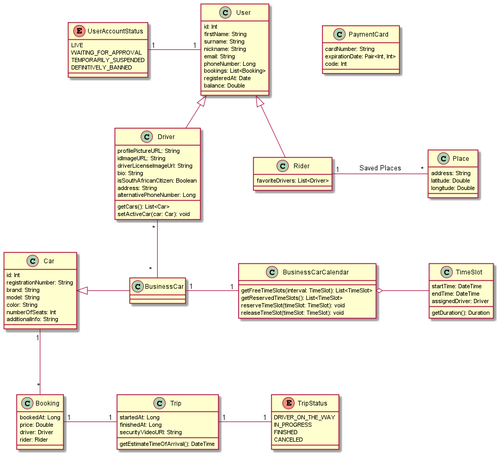
Above: diagrams/images/class_digram.png in sitatec/OpenTaxi (PlantUML), before the change. The source it was exported from:
```plantuml
@startuml

skinparam nodesep 100

class User {
    id: Int
    firstName: String
    surname: String
    nickname: String
    email: String
    phoneNumber: Long
    bookings: List<Booking>
    registeredAt: Date
    balance: Double
}

enum UserAccountStatus {
    LIVE
    WAITING_FOR_APPROVAL
    TEMPORARILY_SUSPENDED
    DEFINITIVELY_BANNED
}

class PaymentCard {
    cardNumber: String
    expirationDate: Pair<Int, Int>
    code: Int
}

class Driver {
    profilePictureURL: String
    idImageURL: String
    driverLicenseImageUrl: String
    bio: String
    isSouthAfricanCitizen: Boolean
    address: String
    alternativePhoneNumber: Long
    getCars(): List<Car>
    setActiveCar(car: Car): void
}

class Rider {
    favoriteDrivers: List<Driver>
}

class Booking {
    bookedAt: Long
    price: Double
    driver: Driver
    rider: Rider
}

class Trip {
    startedAt: Long
    finishedAt: Long
    securityVideoURl: String
    getEstimateTimeOfArrival(): DateTime
}

class Place {
    address: String
    latitude: Double
    longitude: Double
}


enum TripStatus {
    DRIVER_ON_THE_WAY
    IN_PROGRESS
    FINISHED
    CANCELED
}

class Car {
    id: Int
    registrationNumber: String
    brand: String
    model: String
    color: String
    numberOfSeats: Int
    additionalInfo: String
}

class BusinessCar {
}

class BusinessCarCalendar {
    getFreeTimeSlots(interval: TimeSlot): List<TimeSlot>
    getReservedTimeSlots(): List<TimeSlot>
    reserveTimeSlot(timeSlot: TimeSlot): void
    releaseTimeSlot(timeSlot: TimeSlot): void
}

class TimeSlot {
    startTime: DateTime
    endTime: DateTime
    assignedDriver: Driver
    getDuration(): Duration
}

User <|-- Rider
User <|-- Driver
Rider "1" - "*" Place : Saved Places
Driver -[hidden]r- Rider
Driver " * " -- " *  " BusinessCar
Car <|- BusinessCar
BusinessCar "1" - "1" BusinessCarCalendar
BusinessCarCalendar o- TimeSlot
Booking "1" - "1" Trip
Trip "1" - "1" TripStatus
Car "1" --- "*" Booking
UserAccountStatus "1" - "1" User

@enduml
```
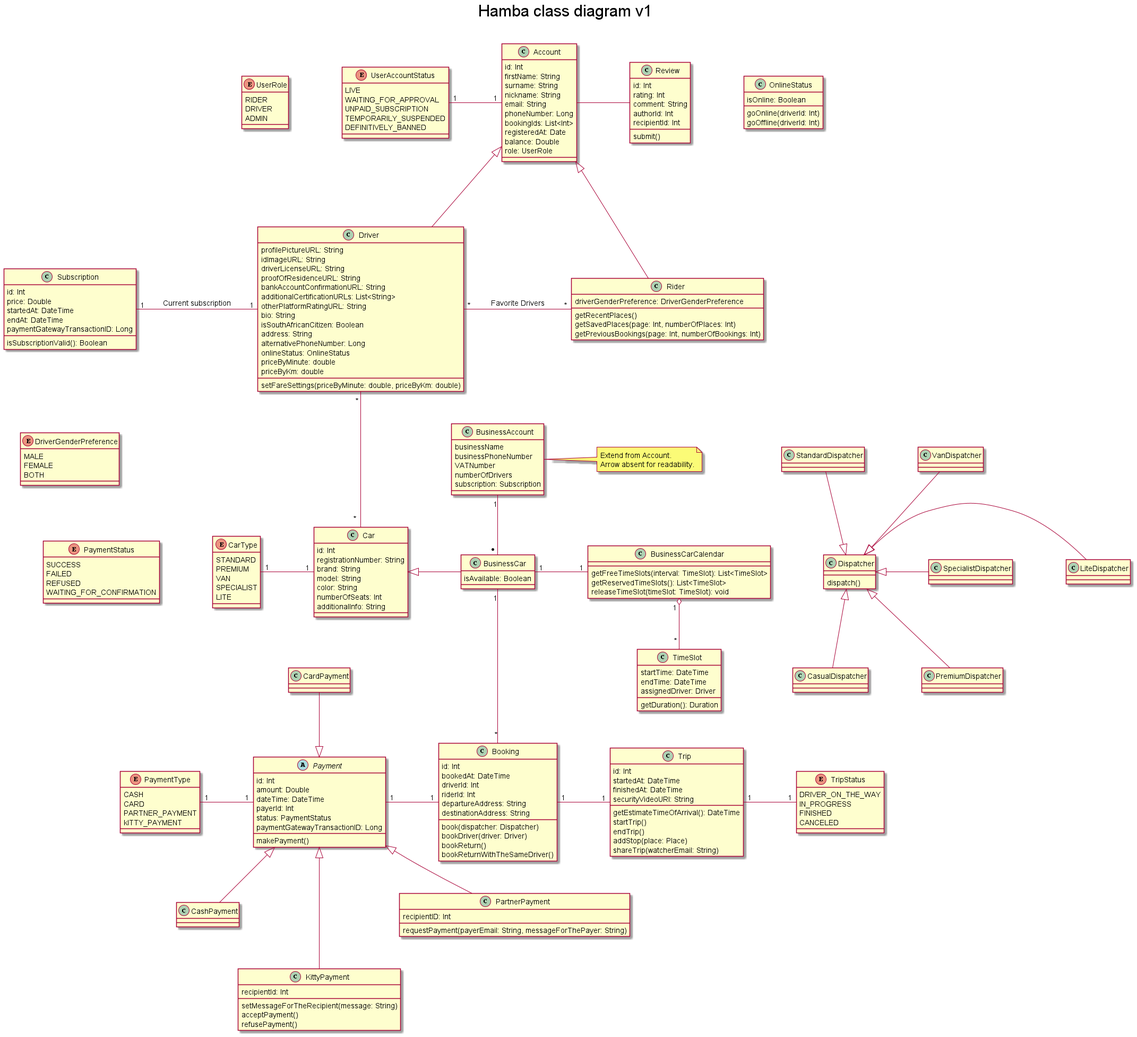
After the change.

Change to the diagram source:
```diff
@@ -1,66 +1,129 @@
 @startuml
 
 skinparam nodesep 100
+skinparam defaultFontSize 14
+skinparam titleFontSize 30
+title "Hamba class diagram v1\n"
 
-class User {
+class Account {
     id: Int
     firstName: String
     surname: String
     nickname: String
     email: String
     phoneNumber: Long
-    bookings: List<Booking>
+    bookingIds: List<Int>
     registeredAt: Date
     balance: Double
+    role: UserRole
 }
 
 enum UserAccountStatus {
     LIVE
     WAITING_FOR_APPROVAL
+    UNPAID_SUBSCRIPTION
     TEMPORARILY_SUSPENDED
     DEFINITIVELY_BANNED
 }
 
-class PaymentCard {
-    cardNumber: String
-    expirationDate: Pair<Int, Int>
-    code: Int
+enum UserRole {
+    RIDER
+    DRIVER
+    ADMIN
 }
+
 
 class Driver {
     profilePictureURL: String
     idImageURL: String
-    driverLicenseImageUrl: String
+    driverLicenseURL: String
+    proofOfResidenceURL: String
+    bankAccountConfirmationURL: String
+    additionalCertificationURLs: List<String>
+    otherPlatformRatingURL: String
     bio: String
     isSouthAfricanCitizen: Boolean
     address: String
     alternativePhoneNumber: Long
-    getCars(): List<Car>
-    setActiveCar(car: Car): void
+    onlineStatus: OnlineStatus
+    priceByMinute: double
+    priceByKm: double
+    setFareSettings(priceByMinute: double, priceByKm: double)
 }
 
 class Rider {
-    favoriteDrivers: List<Driver>
+    driverGenderPreference: DriverGenderPreference
+    getRecentPlaces()
+    getSavedPlaces(page: Int, numberOfPlaces: Int)
+    getPreviousBookings(page: Int, numberOfBookings: Int)
 }
 
 class Booking {
-    bookedAt: Long
+    id: Int
+    bookedAt: DateTime
+    driverId: Int
+    riderId: Int
+    departureAddress: String
+    destinationAddress: String
+    book(dispatcher: Dispatcher)
+    bookDriver(driver: Driver)
+    bookReturn()
+    bookReturnWithTheSameDriver()
+}
+
+class OnlineStatus {
+    isOnline: Boolean
+    goOnline(driverId: Int)
+    goOffline(driverId: Int)
+}
+
+class Dispatcher {
+    dispatch()
+}
+
+class CasualDispatcher {
+}
+
+class StandardDispatcher {
+}
+
+class PremiumDispatcher {
+}
+
+class VanDispatcher {
+}
+
+class SpecialistDispatcher {
+}
+
+class LiteDispatcher {
+}
+
+class Subscription {
+    id: Int
     price: Double
-    driver: Driver
-    rider: Rider
+    startedAt: DateTime
+    endAt: DateTime
+    paymentGatewayTransactionID: Long
+    isSubscriptionValid(): Boolean
+}
+
+enum DriverGenderPreference {
+    MALE
+    FEMALE
+    BOTH
 }
 
 class Trip {
-    startedAt: Long
-    finishedAt: Long
+    id: Int
+    startedAt: DateTime
+    finishedAt: DateTime
     securityVideoURl: String
     getEstimateTimeOfArrival(): DateTime
-}
-
-class Place {
-    address: String
-    latitude: Double
-    longitude: Double
+    startTrip()
+    endTrip()
+    addStop(place: Place)
+    shareTrip(watcherEmail: String)
 }
 
 
@@ -82,12 +145,12 @@
 }
 
 class BusinessCar {
+    isAvailable: Boolean
 }
 
 class BusinessCarCalendar {
     getFreeTimeSlots(interval: TimeSlot): List<TimeSlot>
     getReservedTimeSlots(): List<TimeSlot>
-    reserveTimeSlot(timeSlot: TimeSlot): void
     releaseTimeSlot(timeSlot: TimeSlot): void
 }
 
@@ -97,18 +160,105 @@
     assignedDriver: Driver
     getDuration(): Duration
 }
+class BusinessAccount {
+    businessName
+    businessPhoneNumber
+    VATNumber
+    numberOfDrivers
+    subscription: Subscription
+}
+note right: Extend from Account. \nArrow absent for readability.
 
-User <|-- Rider
-User <|-- Driver
-Rider "1" - "*" Place : Saved Places
-Driver -[hidden]r- Rider
-Driver " * " -- " *  " BusinessCar
+abstract class Payment {
+    id: Int
+    amount: Double
+    dateTime: DateTime
+    payerId: Int
+    status: PaymentStatus
+    paymentGatewayTransactionID: Long
+    makePayment()
+}
+
+class CardPayment {
+}
+
+class CashPayment {
+}
+
+class KittyPayment {
+    recipientId: Int
+    setMessageForTheRecipient(message: String)
+    acceptPayment()
+    refusePayment()
+}
+
+class PartnerPayment {
+    recipientID: Int
+    requestPayment(payerEmail: String, messageForThePayer: String)
+}
+
+enum PaymentStatus {
+    SUCCESS
+    FAILED
+    REFUSED
+    WAITING_FOR_CONFIRMATION
+}
+
+enum PaymentType {
+    CASH
+    CARD
+    PARTNER_PAYMENT
+    kITTY_PAYMENT
+}
+
+enum CarType {
+    STANDARD
+    PREMIUM
+    VAN
+    SPECIALIST
+    LITE
+}
+
+class Review {
+    id: Int
+    rating: Int
+    comment: String
+    authorId: Int
+    recipientId: Int
+    submit()
+}
+
+Account <|--- Rider
+Account <|--- Driver
+Driver "*" - "*" Rider: Favorite Drivers
+Driver " * " --- " *  " Car
+Subscription "1" - "1" Driver : Current subscription
+Booking "1" - "1" Trip
+Trip "1" - "1" TripStatus
+BusinessCar "1" --- "*" Booking
+CarType "1" - "1" Car
+UserAccountStatus "1" - "1" Account
+Payment "1" - "1" Booking
+Account - Review
+Subscription -[hidden]- DriverGenderPreference
+CardPayment --|> Payment
+Payment <|-- CashPayment
+Payment <|--- KittyPayment
+Payment <|-- PartnerPayment
+PaymentStatus -[hidden] CarType
+UserRole -[hidden] UserAccountStatus
+StandardDispatcher --|> Dispatcher
+Dispatcher <|-- CasualDispatcher
+Dispatcher <|- LiteDispatcher
+Dispatcher <|- SpecialistDispatcher
+VanDispatcher --|> Dispatcher
+Dispatcher <|-- PremiumDispatcher
+Car -[hidden] Dispatcher
+BusinessAccount "1" -- "* " BusinessCar
 Car <|- BusinessCar
 BusinessCar "1" - "1" BusinessCarCalendar
-BusinessCarCalendar o- TimeSlot
-Booking "1" - "1" Trip
-Trip "1" - "1" TripStatus
-Car "1" --- "*" Booking
-UserAccountStatus "1" - "1" User
+BusinessCarCalendar "1 " o-- " * " TimeSlot
+PaymentType "1" - "1" Payment
+
 
 @enduml
```
